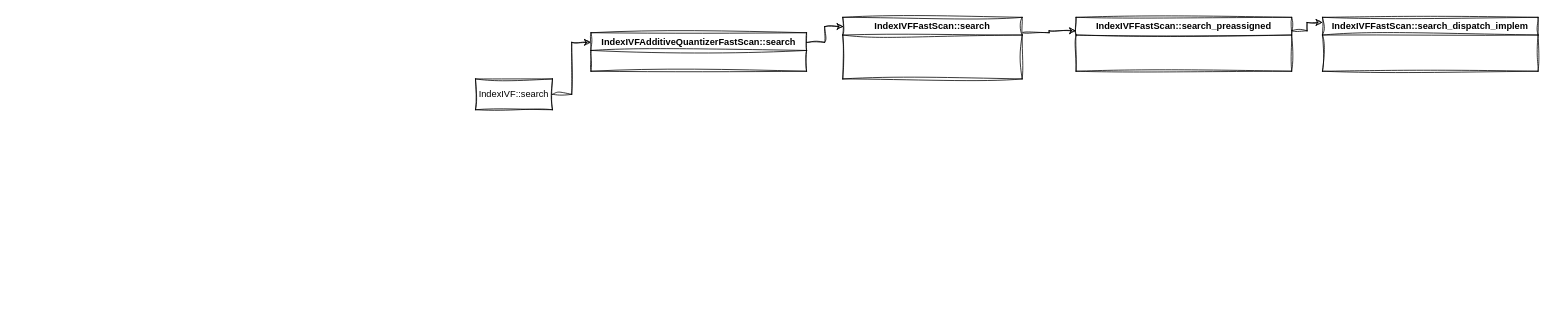
beijingqiuchang/drawio keeps this draw.io diagram as faiss.drawio. Above is the earlier version. Source tidied: cells renumbered, new cells numbered last; positions are measured from the earlier drawing's top-left corner, leaving out a move shared by most shapes. Both pictures are drawn from the tidied source at 77%, with x=0, y=0 at pixel (475, 17).
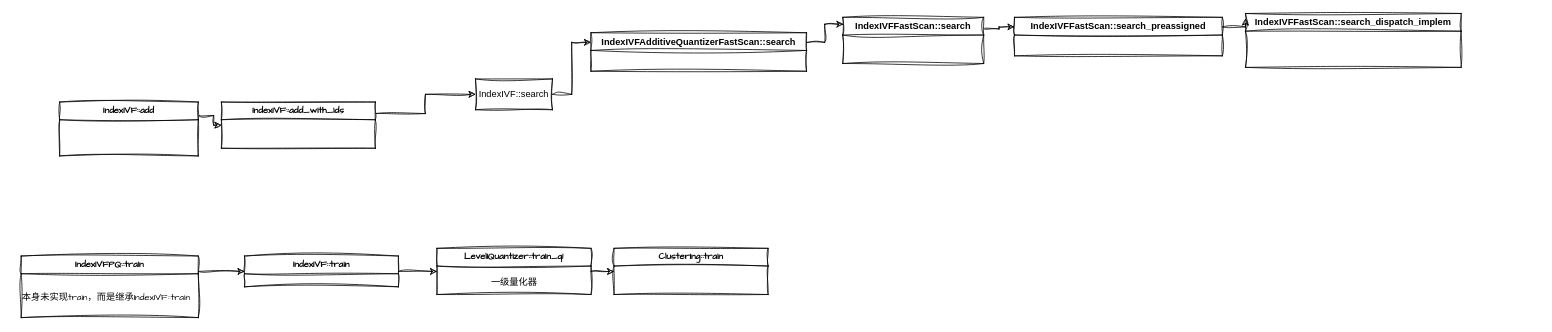
The same page after the edit.

Unchanged cells that the change refers to:
```xml
<mxCell id="3" value="IndexIVF::search" style="rounded=0;whiteSpace=wrap;html=1;sketch=1;curveFitting=1;jiggle=2;" parent="1" vertex="1">
  <mxGeometry y="80" width="100" height="40" as="geometry" />
</mxCell>
```

Diff of the diagram source:
```diff
@@
     <mxCell id="6" value="IndexIVFFastScan::search" style="swimlane;whiteSpace=wrap;html=1;sketch=1;curveFitting=1;jiggle=2;" parent="1" vertex="1">
-      <mxGeometry x="477" width="233" height="80" as="geometry" />
+      <mxGeometry x="477" width="183" height="60" as="geometry" />
     </mxCell>
@@
     <mxCell id="8" value="IndexIVFFastScan::search_preassigned" style="swimlane;whiteSpace=wrap;html=1;sketch=1;curveFitting=1;jiggle=2;" parent="1" vertex="1">
-      <mxGeometry x="780" width="280" height="70" as="geometry" />
+      <mxGeometry x="700" width="270" height="50" as="geometry" />
     </mxCell>
     <mxCell id="9" value="IndexIVFFastScan::search_dispatch_implem" style="swimlane;whiteSpace=wrap;html=1;sketch=1;curveFitting=1;jiggle=2;" parent="1" vertex="1">
-      <mxGeometry x="1100" width="280" height="70" as="geometry" />
+      <mxGeometry x="1000" y="-5" width="280" height="70" as="geometry" />
     </mxCell>
@@
+    <mxCell id="11" style="edgeStyle=orthogonalEdgeStyle;rounded=0;sketch=1;hachureGap=4;jiggle=2;curveFitting=1;jettySize=auto;html=1;exitX=1;exitY=0.25;exitDx=0;exitDy=0;fontFamily=Architects Daughter;" parent="1" edge="1" source="12" target="14">
+      <mxGeometry relative="1" as="geometry" />
+    </mxCell>
+    <mxCell id="12" value="IndexIVF::add" style="swimlane;whiteSpace=wrap;html=1;sketch=1;hachureGap=4;jiggle=2;curveFitting=1;fontFamily=Architects Daughter;" parent="1" vertex="1">
+      <mxGeometry x="-540" y="110" width="180" height="70" as="geometry" />
+    </mxCell>
+    <mxCell id="13" style="edgeStyle=orthogonalEdgeStyle;rounded=0;sketch=1;hachureGap=4;jiggle=2;curveFitting=1;jettySize=auto;html=1;exitX=1;exitY=0.25;exitDx=0;exitDy=0;fontFamily=Architects Daughter;" parent="1" edge="1" source="14" target="3">
+      <mxGeometry relative="1" as="geometry" />
+    </mxCell>
+    <mxCell id="14" value="IndexIVF::add_with_ids" style="swimlane;whiteSpace=wrap;html=1;sketch=1;hachureGap=4;jiggle=2;curveFitting=1;fontFamily=Architects Daughter;" parent="1" vertex="1">
+      <mxGeometry x="-330" y="110" width="200" height="60" as="geometry" />
+    </mxCell>
+    <mxCell id="15" style="edgeStyle=orthogonalEdgeStyle;rounded=0;sketch=1;hachureGap=4;jiggle=2;curveFitting=1;jettySize=auto;html=1;exitX=1;exitY=0.25;exitDx=0;exitDy=0;entryX=0;entryY=0.5;entryDx=0;entryDy=0;fontFamily=Architects Daughter;" parent="1" edge="1" source="16" target="19">
+      <mxGeometry relative="1" as="geometry" />
+    </mxCell>
+    <mxCell id="16" value="IndexIVFPQ::train" style="swimlane;whiteSpace=wrap;html=1;sketch=1;hachureGap=4;jiggle=2;curveFitting=1;fontFamily=Architects Daughter;" parent="1" vertex="1">
+      <mxGeometry x="-590" y="310" width="230" height="80" as="geometry" />
+    </mxCell>
+    <mxCell id="17" value="本身未实现train，而是继承IndexIVF::train" style="text;html=1;align=center;verticalAlign=middle;strokeColor=none;fillColor=none;fontFamily=Architects Daughter;" parent="16" vertex="1">
+      <mxGeometry x="-10" y="40" width="240" height="30" as="geometry" />
+    </mxCell>
+    <mxCell id="18" style="edgeStyle=orthogonalEdgeStyle;rounded=0;sketch=1;hachureGap=4;jiggle=2;curveFitting=1;jettySize=auto;html=1;exitX=1;exitY=0.5;exitDx=0;exitDy=0;entryX=0;entryY=0.5;entryDx=0;entryDy=0;fontFamily=Architects Daughter;" parent="1" edge="1" source="19" target="21">
+      <mxGeometry relative="1" as="geometry" />
+    </mxCell>
+    <mxCell id="19" value="IndexIVF::train" style="swimlane;whiteSpace=wrap;html=1;sketch=1;hachureGap=4;jiggle=2;curveFitting=1;fontFamily=Architects Daughter;" parent="1" vertex="1">
+      <mxGeometry x="-300" y="310" width="200" height="40" as="geometry" />
+    </mxCell>
+    <mxCell id="20" style="edgeStyle=orthogonalEdgeStyle;rounded=0;sketch=1;hachureGap=4;jiggle=2;curveFitting=1;jettySize=auto;html=1;exitX=1;exitY=0.5;exitDx=0;exitDy=0;entryX=0;entryY=0.5;entryDx=0;entryDy=0;fontFamily=Architects Daughter;" parent="1" edge="1" source="21" target="23">
+      <mxGeometry relative="1" as="geometry" />
+    </mxCell>
+    <mxCell id="21" value="Level1Quantizer::train_q1" style="swimlane;whiteSpace=wrap;html=1;sketch=1;hachureGap=4;jiggle=2;curveFitting=1;fontFamily=Architects Daughter;" parent="1" vertex="1">
+      <mxGeometry x="-50" y="300" width="200" height="60" as="geometry" />
+    </mxCell>
+    <mxCell id="22" value="一级量化器" style="text;html=1;align=center;verticalAlign=middle;strokeColor=none;fillColor=none;fontFamily=Architects Daughter;" parent="21" vertex="1">
+      <mxGeometry x="60" y="30" width="80" height="30" as="geometry" />
+    </mxCell>
+    <mxCell id="23" value="Clustering::train" style="swimlane;whiteSpace=wrap;html=1;sketch=1;hachureGap=4;jiggle=2;curveFitting=1;fontFamily=Architects Daughter;" parent="1" vertex="1">
+      <mxGeometry x="180" y="300" width="200" height="60" as="geometry" />
+    </mxCell>
```
